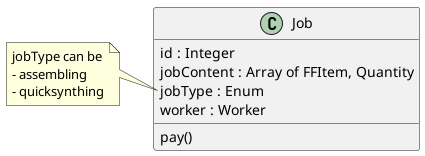
Above: doc/img/Job_types.png in Exaltia/subbot (PlantUML), before the change.
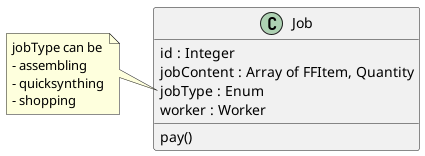
The same diagram one commit later.

Change to the diagram source:
```diff
@@ -12,6 +12,7 @@
   jobType can be
   - assembling
   - quicksynthing
+  - shopping
 end note
 
 @enduml
```
